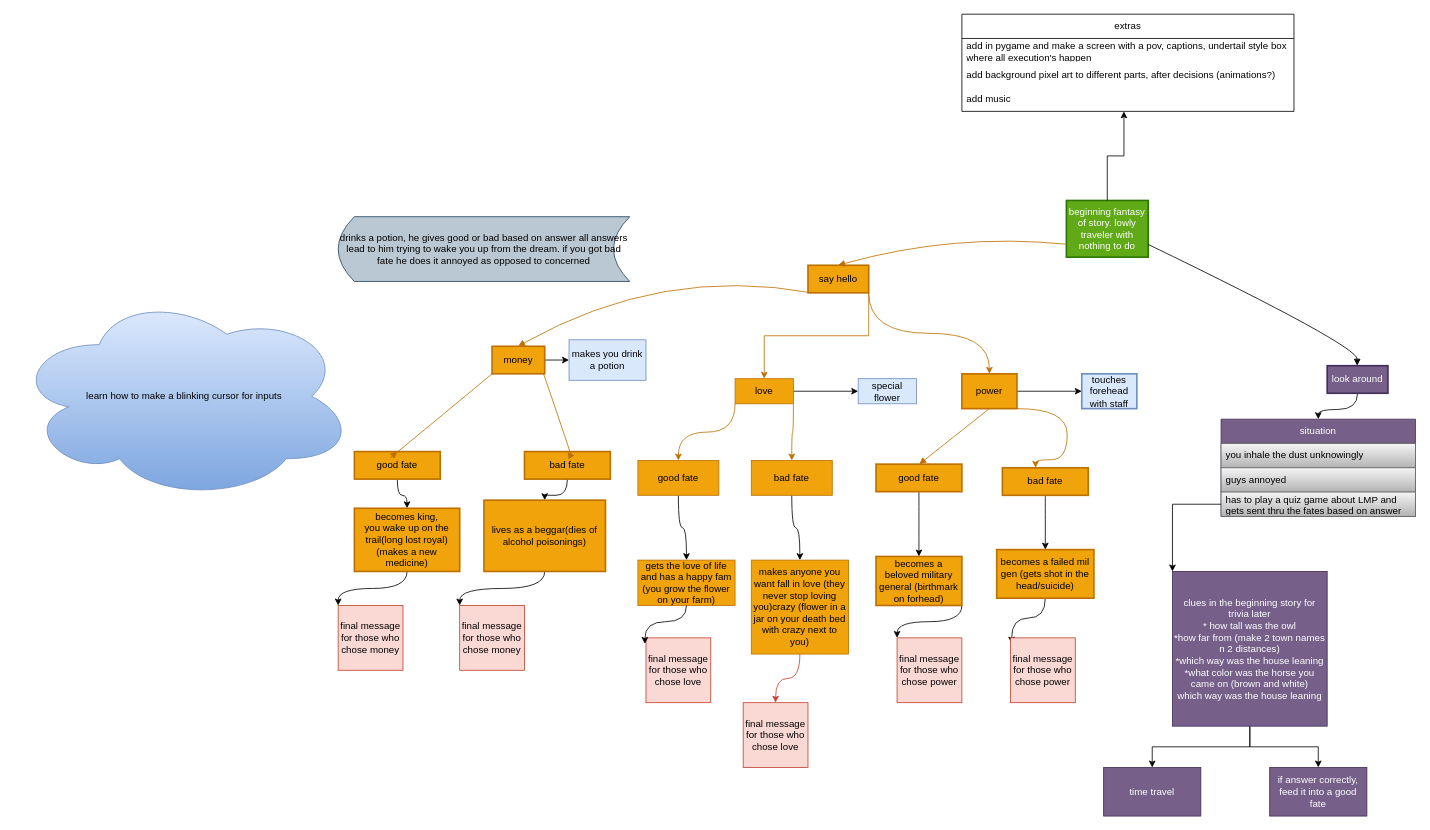
The draw.io diagram loosing_your_mind.drawio in MayaInspo/Python-Projects-, before the edit. Source tidied: cells renumbered, new cells numbered last; positions are measured from the earlier drawing's top-left corner, leaving out a move shared by most shapes. Both pictures are drawn from the tidied source at 81%, with x=0, y=0 at pixel (14, 14).
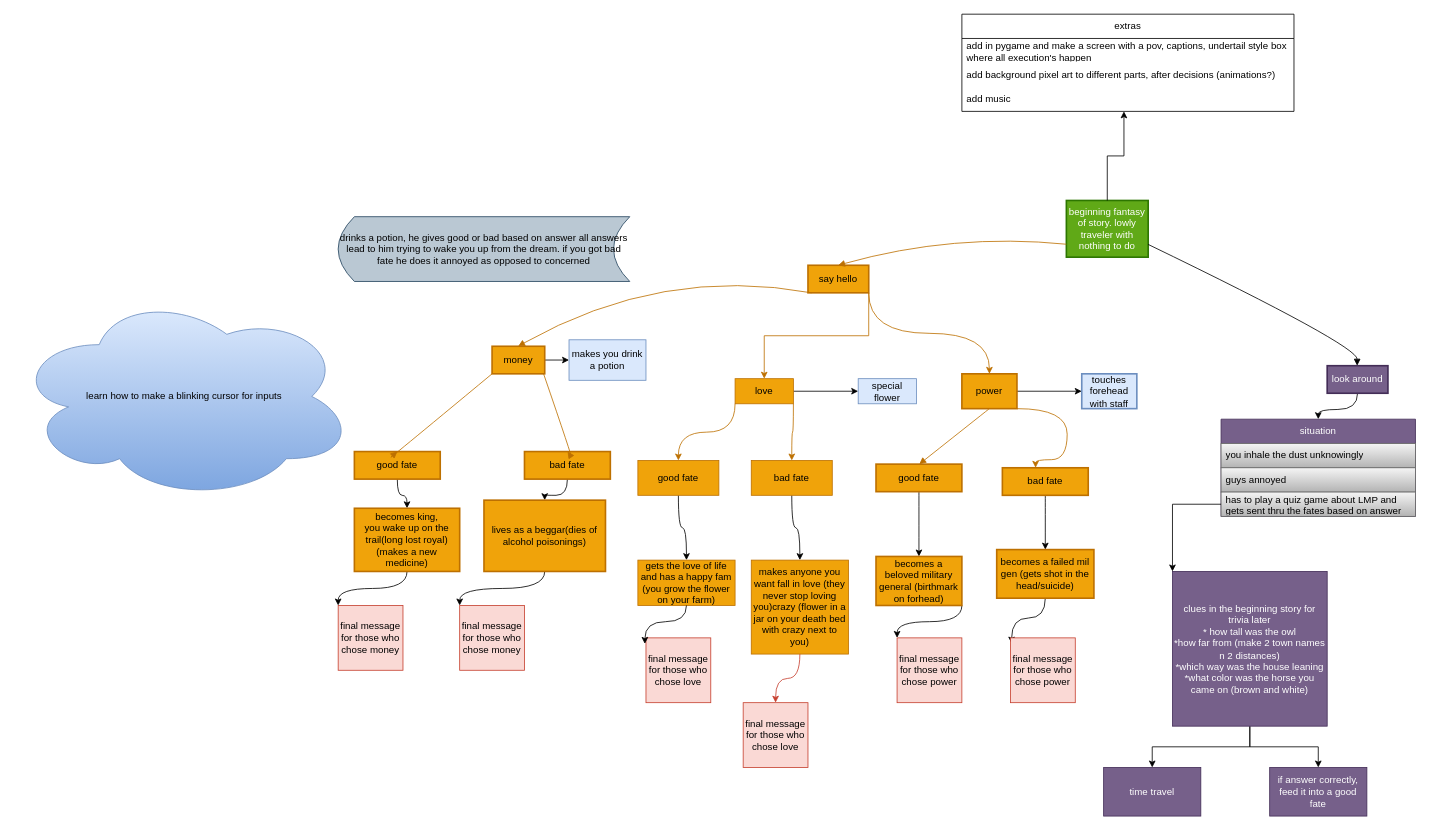
The same page after the edit.

What changed in the source:
```diff
@@
-    <mxCell id="58" value="clues in the beginning story for trivia later&lt;div&gt;* how tall was the owl&lt;/div&gt;&lt;div&gt;*how far from (make 2 town names n 2 distances)&lt;/div&gt;&lt;div&gt;*which way was the house leaning&lt;/div&gt;&lt;div&gt;*what color was the horse you came on (brown and white)&lt;/div&gt;&lt;div&gt;which way was the house leaning&lt;/div&gt;" style="whiteSpace=wrap;html=1;fillColor=#76608a;fontColor=#ffffff;strokeColor=#432D57;" parent="1" vertex="1">
+    <mxCell id="58" value="clues in the beginning story for trivia later&lt;div&gt;* how tall was the owl&lt;/div&gt;&lt;div&gt;*how far from (make 2 town names n 2 distances)&lt;/div&gt;&lt;div&gt;*which way was the house leaning&lt;/div&gt;&lt;div&gt;*what color was the horse you came on (brown and white)&lt;/div&gt;" style="whiteSpace=wrap;html=1;fillColor=#76608a;fontColor=#ffffff;strokeColor=#432D57;" parent="1" vertex="1">
       <mxGeometry x="1430" y="688" width="191" height="191" as="geometry" />
     </mxCell>
```
